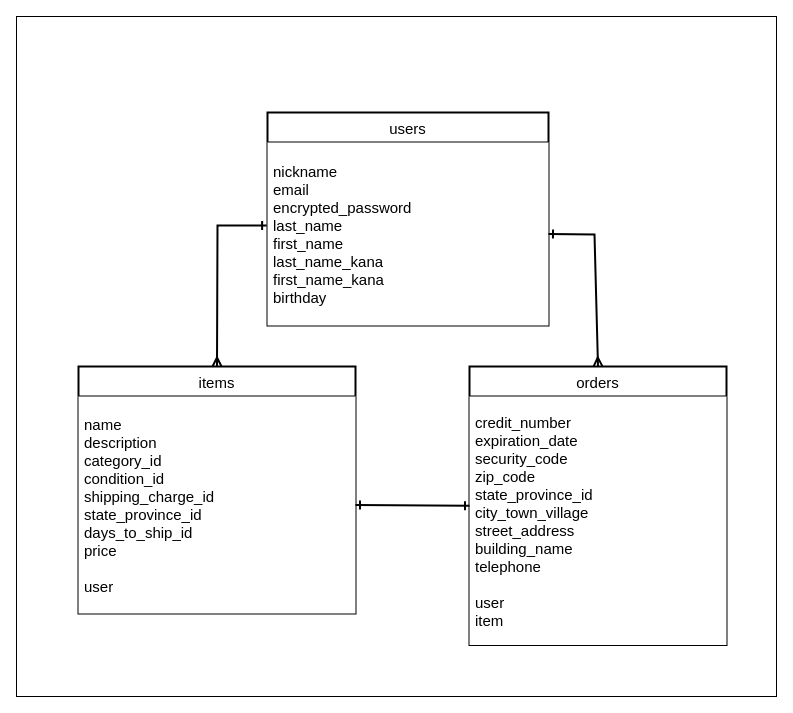
Above: ER.dio in Ch1HIrO3/furima-40226 (draw.io), before the change. Source tidied: cells renumbered, new cells numbered last; positions are measured from the earlier drawing's top-left corner, leaving out a move shared by most shapes. Both pictures are drawn from the tidied source at 100%, with x=0, y=0 at pixel (16, 16).
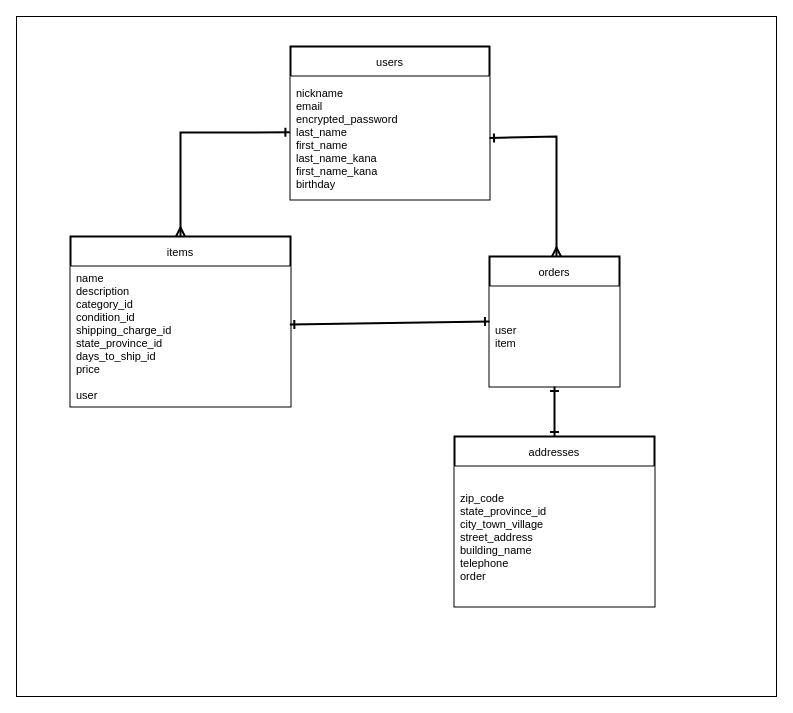
Above is the later version.

Change to the diagram source:
```diff
@@
 <mxGraphModel>
   <root>
     <mxCell id="0" />
     <mxCell id="1" parent="0" />
-    <mxCell id="2" style="rounded=0;whiteSpace=wrap;html=1;labelBackgroundColor=none;labelBorderColor=none;strokeColor=default;fontSize=15;fontColor=default;fillColor=#FFFFFF;" parent="1" vertex="1">
+    <mxCell id="2" style="rounded=0;whiteSpace=wrap;html=1;labelBackgroundColor=none;labelBorderColor=none;strokeColor=default;fontSize=11;fontColor=default;fillColor=#FFFFFF;" parent="1" vertex="1">
       <mxGeometry width="760" height="680" as="geometry" />
     </mxCell>
-    <mxCell id="3" value="users" style="swimlane;horizontal=1;startSize=30;rounded=0;fontSize=15;fontStyle=0;strokeWidth=2;shadow=0;dashed=0;align=center;labelBackgroundColor=none;labelBorderColor=none;" parent="1" vertex="1">
-      <mxGeometry x="251" y="96" width="281" height="213" as="geometry" />
+    <mxCell id="3" value="users" style="swimlane;horizontal=1;startSize=30;rounded=0;fontSize=11;fontStyle=0;strokeWidth=2;shadow=0;dashed=0;align=center;labelBackgroundColor=none;labelBorderColor=none;" parent="1" vertex="1">
+      <mxGeometry x="274" y="30" width="199" height="153" as="geometry" />
     </mxCell>
-    <mxCell id="4" value="nickname&#10;email&#10;encrypted_password&#10;last_name&#10;first_name&#10;last_name_kana&#10;first_name_kana&#10;birthday" style="align=left;spacingLeft=4;fontSize=15;verticalAlign=middle;horizontal=1;labelBackgroundColor=none;labelBorderColor=none;rounded=0;strokeColor=none;" parent="3" vertex="1">
-      <mxGeometry y="30" width="281" height="183" as="geometry" />
+    <mxCell id="4" value="nickname&#10;email&#10;encrypted_password&#10;last_name&#10;first_name&#10;last_name_kana&#10;first_name_kana&#10;birthday" style="align=left;spacingLeft=4;fontSize=11;verticalAlign=middle;horizontal=1;labelBackgroundColor=none;labelBorderColor=none;rounded=0;strokeColor=none;" parent="3" vertex="1">
+      <mxGeometry y="30" width="199" height="123" as="geometry" />
     </mxCell>
-    <mxCell id="5" style="edgeStyle=none;html=1;exitX=0.5;exitY=0;exitDx=0;exitDy=0;fontSize=15;entryX=-0.003;entryY=0.454;entryDx=0;entryDy=0;entryPerimeter=0;endArrow=ERone;endFill=0;strokeWidth=2;startArrow=ERmany;startFill=0;labelBackgroundColor=#000000;fontColor=default;labelBorderColor=none;rounded=0;strokeColor=#000000;" parent="1" edge="1" source="6" target="4">
+    <mxCell id="5" style="edgeStyle=none;html=1;exitX=0.5;exitY=0;exitDx=0;exitDy=0;fontSize=11;entryX=-0.003;entryY=0.454;entryDx=0;entryDy=0;entryPerimeter=0;endArrow=ERone;endFill=0;strokeWidth=2;startArrow=ERmany;startFill=0;labelBackgroundColor=#000000;fontColor=default;labelBorderColor=none;rounded=0;strokeColor=#000000;" parent="1" edge="1" source="6" target="4">
       <mxGeometry relative="1" as="geometry">
         <Array as="points">
-          <mxPoint x="201" y="209" />
+          <mxPoint x="164" y="116" />
         </Array>
       </mxGeometry>
     </mxCell>
-    <mxCell id="6" value="items" style="swimlane;horizontal=1;startSize=30;rounded=0;fontSize=15;fontStyle=0;strokeWidth=2;shadow=0;dashed=0;align=center;labelBackgroundColor=none;labelBorderColor=none;" parent="1" vertex="1">
-      <mxGeometry x="62" y="350" width="277" height="247" as="geometry" />
+    <mxCell id="6" value="items" style="swimlane;horizontal=1;startSize=30;rounded=0;fontSize=11;fontStyle=0;strokeWidth=2;shadow=0;dashed=0;align=center;labelBackgroundColor=none;labelBorderColor=none;" parent="1" vertex="1">
+      <mxGeometry x="54" y="220" width="220" height="170" as="geometry" />
     </mxCell>
-    <mxCell id="7" value="name&#10;description&#10;category_id&#10;condition_id&#10;shipping_charge_id&#10;state_province_id&#10;days_to_ship_id&#10;price&#10;&#10;user" style="align=left;spacingLeft=4;fontSize=15;verticalAlign=middle;horizontal=1;labelBackgroundColor=none;labelBorderColor=none;rounded=0;strokeColor=none;" parent="6" vertex="1">
-      <mxGeometry y="30" width="277" height="217" as="geometry" />
+    <mxCell id="7" value="name&#10;description&#10;category_id&#10;condition_id&#10;shipping_charge_id&#10;state_province_id&#10;days_to_ship_id&#10;price&#10;&#10;user" style="align=left;spacingLeft=4;fontSize=11;verticalAlign=middle;horizontal=1;labelBackgroundColor=none;labelBorderColor=none;rounded=0;strokeColor=none;" parent="6" vertex="1">
+      <mxGeometry y="30" width="220" height="140" as="geometry" />
     </mxCell>
-    <mxCell id="8" value="orders" style="swimlane;horizontal=1;startSize=30;rounded=0;fontSize=15;fontStyle=0;strokeWidth=2;shadow=0;dashed=0;align=center;labelBackgroundColor=none;labelBorderColor=none;" parent="1" vertex="1">
-      <mxGeometry x="453" y="350" width="257" height="278.5" as="geometry" />
+    <mxCell id="8" value="orders" style="swimlane;horizontal=1;startSize=30;rounded=0;fontSize=11;fontStyle=0;strokeWidth=2;shadow=0;dashed=0;align=center;labelBackgroundColor=none;labelBorderColor=none;" parent="1" vertex="1">
+      <mxGeometry x="473" y="240" width="130" height="130" as="geometry" />
     </mxCell>
-    <mxCell id="9" value="credit_number&#10;expiration_date&#10;security_code&#10;zip_code&#10;state_province_id&#10;city_town_village&#10;street_address&#10;building_name&#10;telephone&#10;&#10;user&#10;item" style="align=left;spacingLeft=4;fontSize=15;verticalAlign=middle;horizontal=1;labelBackgroundColor=none;labelBorderColor=none;rounded=0;strokeColor=none;fontColor=default;" parent="8" vertex="1">
-      <mxGeometry y="30" width="257" height="248.5" as="geometry" />
+    <mxCell id="9" value="user&#10;item" style="align=left;spacingLeft=4;fontSize=11;verticalAlign=middle;horizontal=1;labelBackgroundColor=none;labelBorderColor=none;rounded=0;strokeColor=none;fontColor=default;" parent="8" vertex="1">
+      <mxGeometry y="30" width="130" height="100" as="geometry" />
     </mxCell>
-    <mxCell id="10" style="edgeStyle=none;html=1;exitX=1;exitY=0.5;exitDx=0;exitDy=0;strokeWidth=2;fontSize=15;startArrow=ERone;startFill=0;endArrow=ERone;endFill=0;labelBackgroundColor=#000000;fontColor=default;labelBorderColor=none;rounded=0;strokeColor=#000000;entryX=0;entryY=0.5;entryDx=0;entryDy=0;" parent="1" edge="1" source="7" target="8">
+    <mxCell id="10" style="edgeStyle=none;html=1;exitX=0.997;exitY=0.415;exitDx=0;exitDy=0;strokeWidth=2;fontSize=11;startArrow=ERone;startFill=0;endArrow=ERone;endFill=0;labelBackgroundColor=#000000;fontColor=default;labelBorderColor=none;rounded=0;strokeColor=#000000;entryX=0;entryY=0.5;entryDx=0;entryDy=0;exitPerimeter=0;" parent="1" edge="1" source="7" target="8">
       <mxGeometry relative="1" as="geometry" />
     </mxCell>
-    <mxCell id="11" style="edgeStyle=none;html=1;exitX=1;exitY=0.5;exitDx=0;exitDy=0;entryX=0.5;entryY=0;entryDx=0;entryDy=0;strokeWidth=2;fontSize=15;startArrow=ERone;startFill=0;endArrow=ERmany;endFill=0;labelBackgroundColor=#000000;fontColor=default;labelBorderColor=none;rounded=0;strokeColor=#000000;" parent="1" edge="1" source="4" target="8">
-      <mxGeometry relative="1" as="geometry">
-        <Array as="points">
-          <mxPoint x="578" y="218" />
-        </Array>
-      </mxGeometry>
-    </mxCell>
+    <mxCell id="12" value="addresses" style="swimlane;horizontal=1;startSize=30;rounded=0;fontSize=11;fontStyle=0;strokeWidth=2;shadow=0;dashed=0;align=center;labelBackgroundColor=none;labelBorderColor=none;" parent="1" vertex="1">
+      <mxGeometry x="438" y="420" width="200" height="170" as="geometry" />
+    </mxCell>
+    <mxCell id="13" value="zip_code&#10;state_province_id&#10;city_town_village&#10;street_address&#10;building_name&#10;telephone&#10;order" style="align=left;spacingLeft=4;fontSize=11;verticalAlign=middle;horizontal=1;labelBackgroundColor=none;labelBorderColor=none;rounded=0;strokeColor=none;fontColor=default;" parent="12" vertex="1">
+      <mxGeometry y="30" width="200" height="140" as="geometry" />
+    </mxCell>
+    <mxCell id="14" style="edgeStyle=none;html=1;exitX=0.5;exitY=0;exitDx=0;exitDy=0;fontSize=11;entryX=1;entryY=0.5;entryDx=0;entryDy=0;endArrow=ERone;endFill=0;strokeWidth=2;startArrow=ERmany;startFill=0;labelBackgroundColor=#000000;fontColor=default;labelBorderColor=none;rounded=0;strokeColor=#000000;" parent="1" edge="1" target="4">
+      <mxGeometry relative="1" as="geometry">
+        <mxPoint x="540" y="240" as="sourcePoint" />
+        <Array as="points">
+          <mxPoint x="540" y="120" />
+        </Array>
+      </mxGeometry>
+    </mxCell>
+    <mxCell id="15" style="edgeStyle=none;html=1;exitX=0.5;exitY=0;exitDx=0;exitDy=0;strokeWidth=2;fontSize=11;startArrow=ERone;startFill=0;endArrow=ERone;endFill=0;labelBackgroundColor=#000000;fontColor=default;labelBorderColor=none;rounded=0;strokeColor=#000000;entryX=0.5;entryY=1;entryDx=0;entryDy=0;" parent="1" edge="1" source="12" target="9">
+      <mxGeometry relative="1" as="geometry" />
+    </mxCell>
   </root>
 </mxGraphModel>
```
